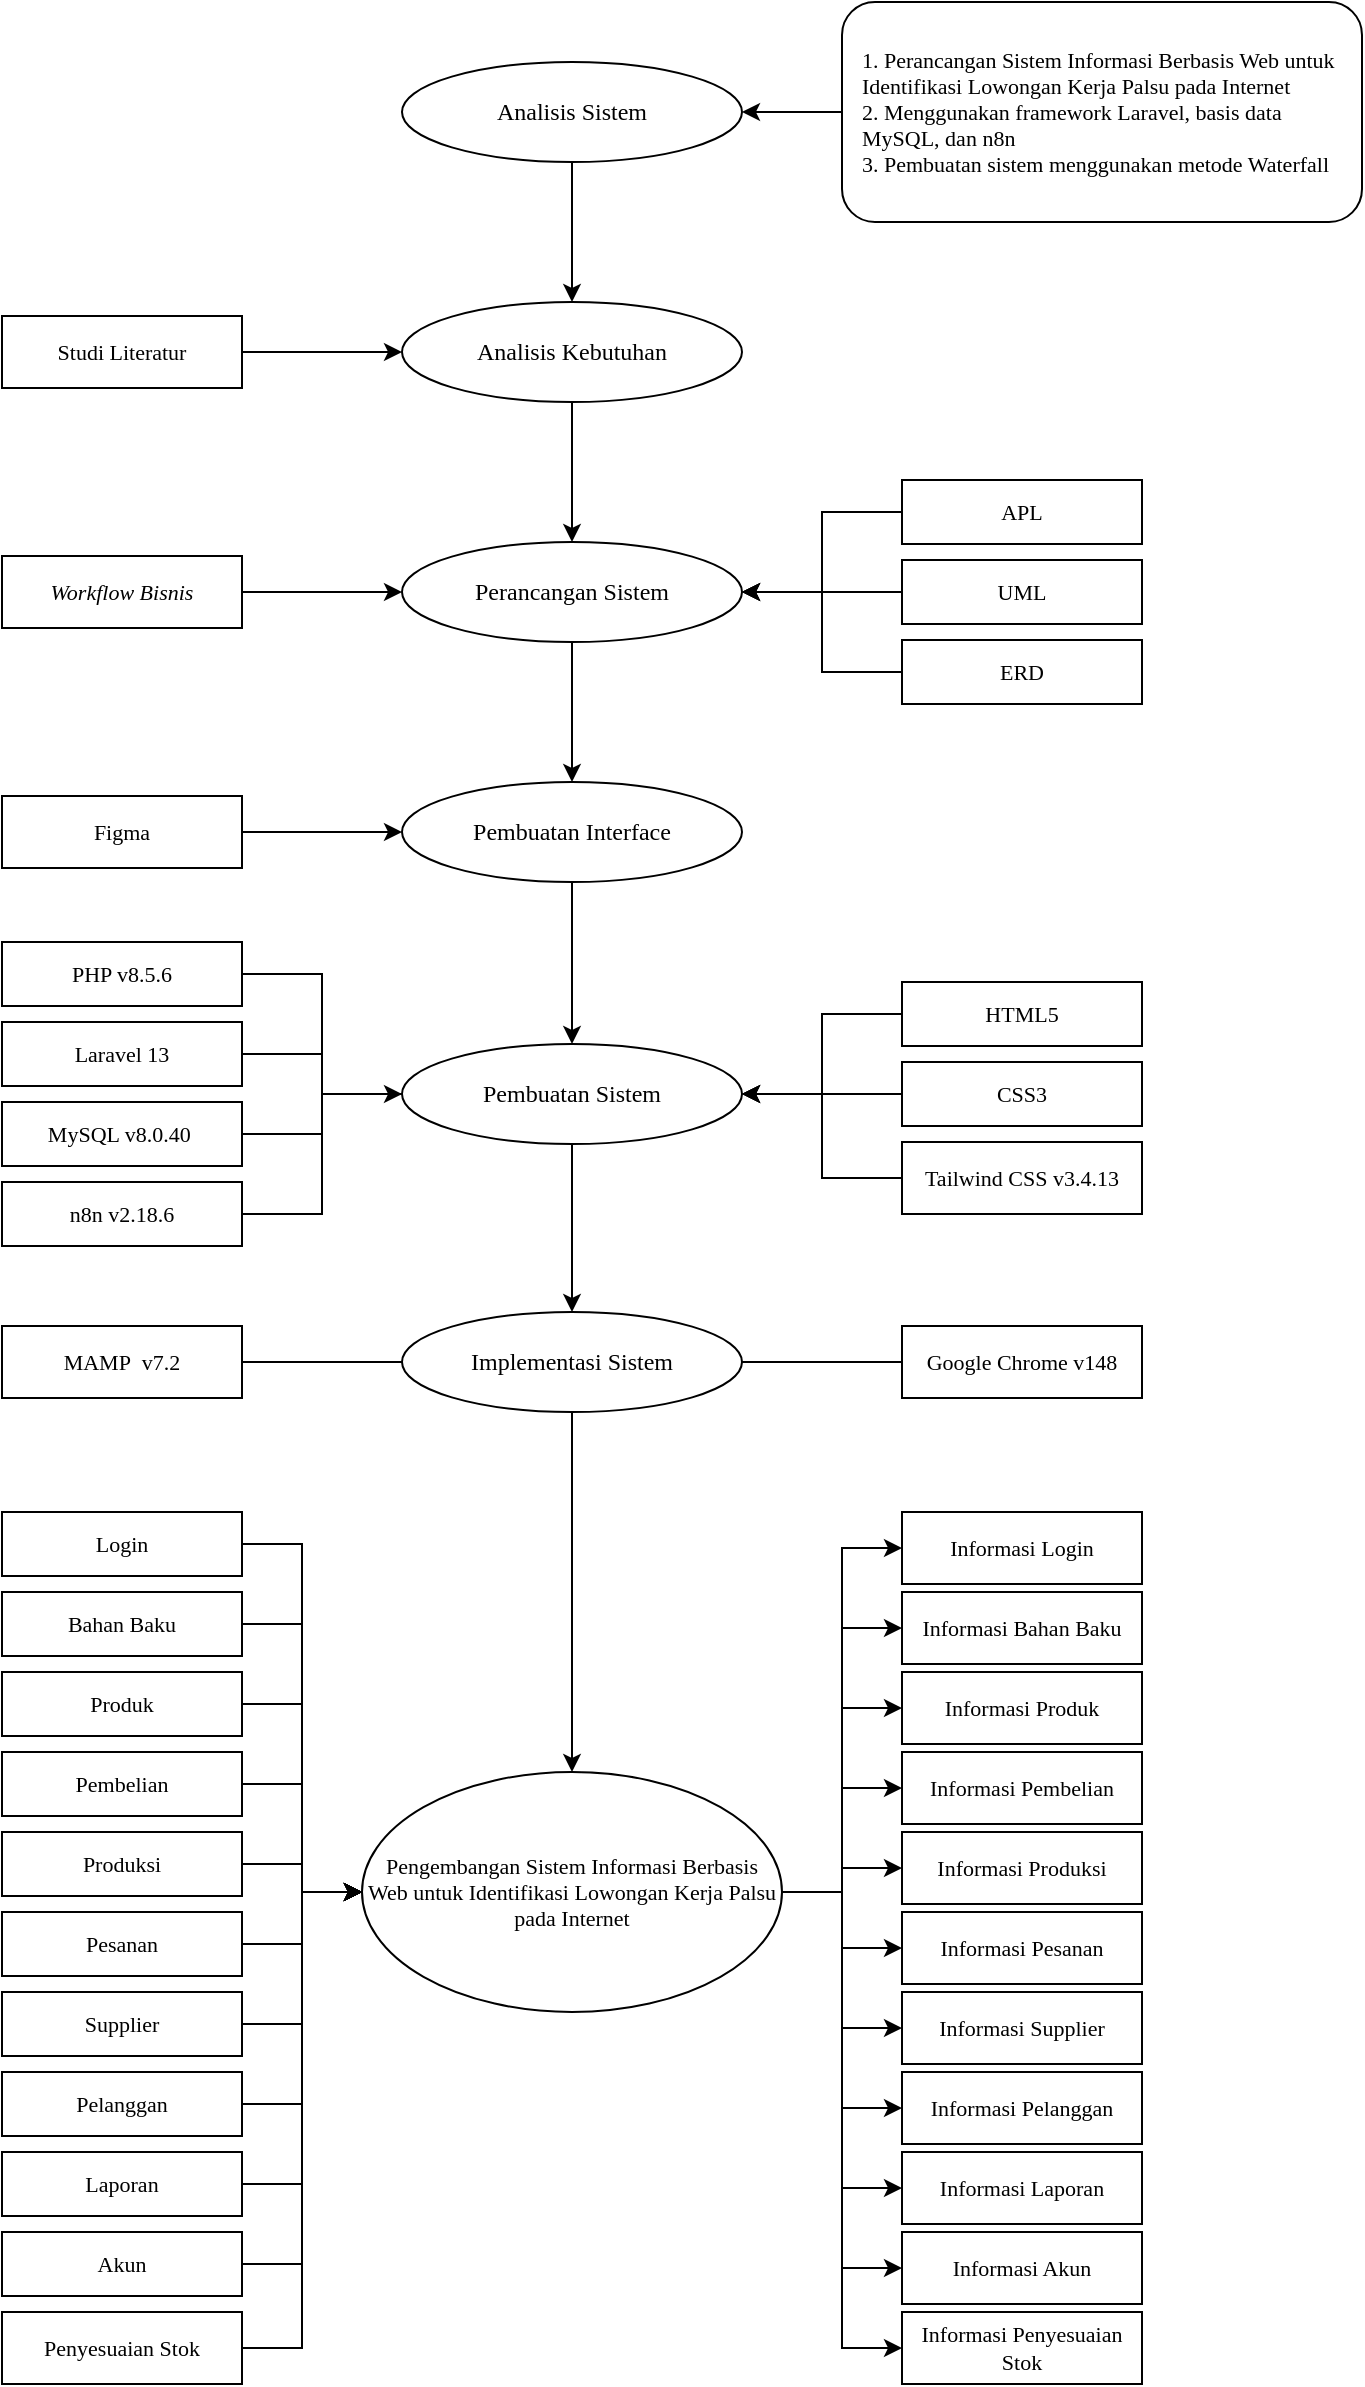
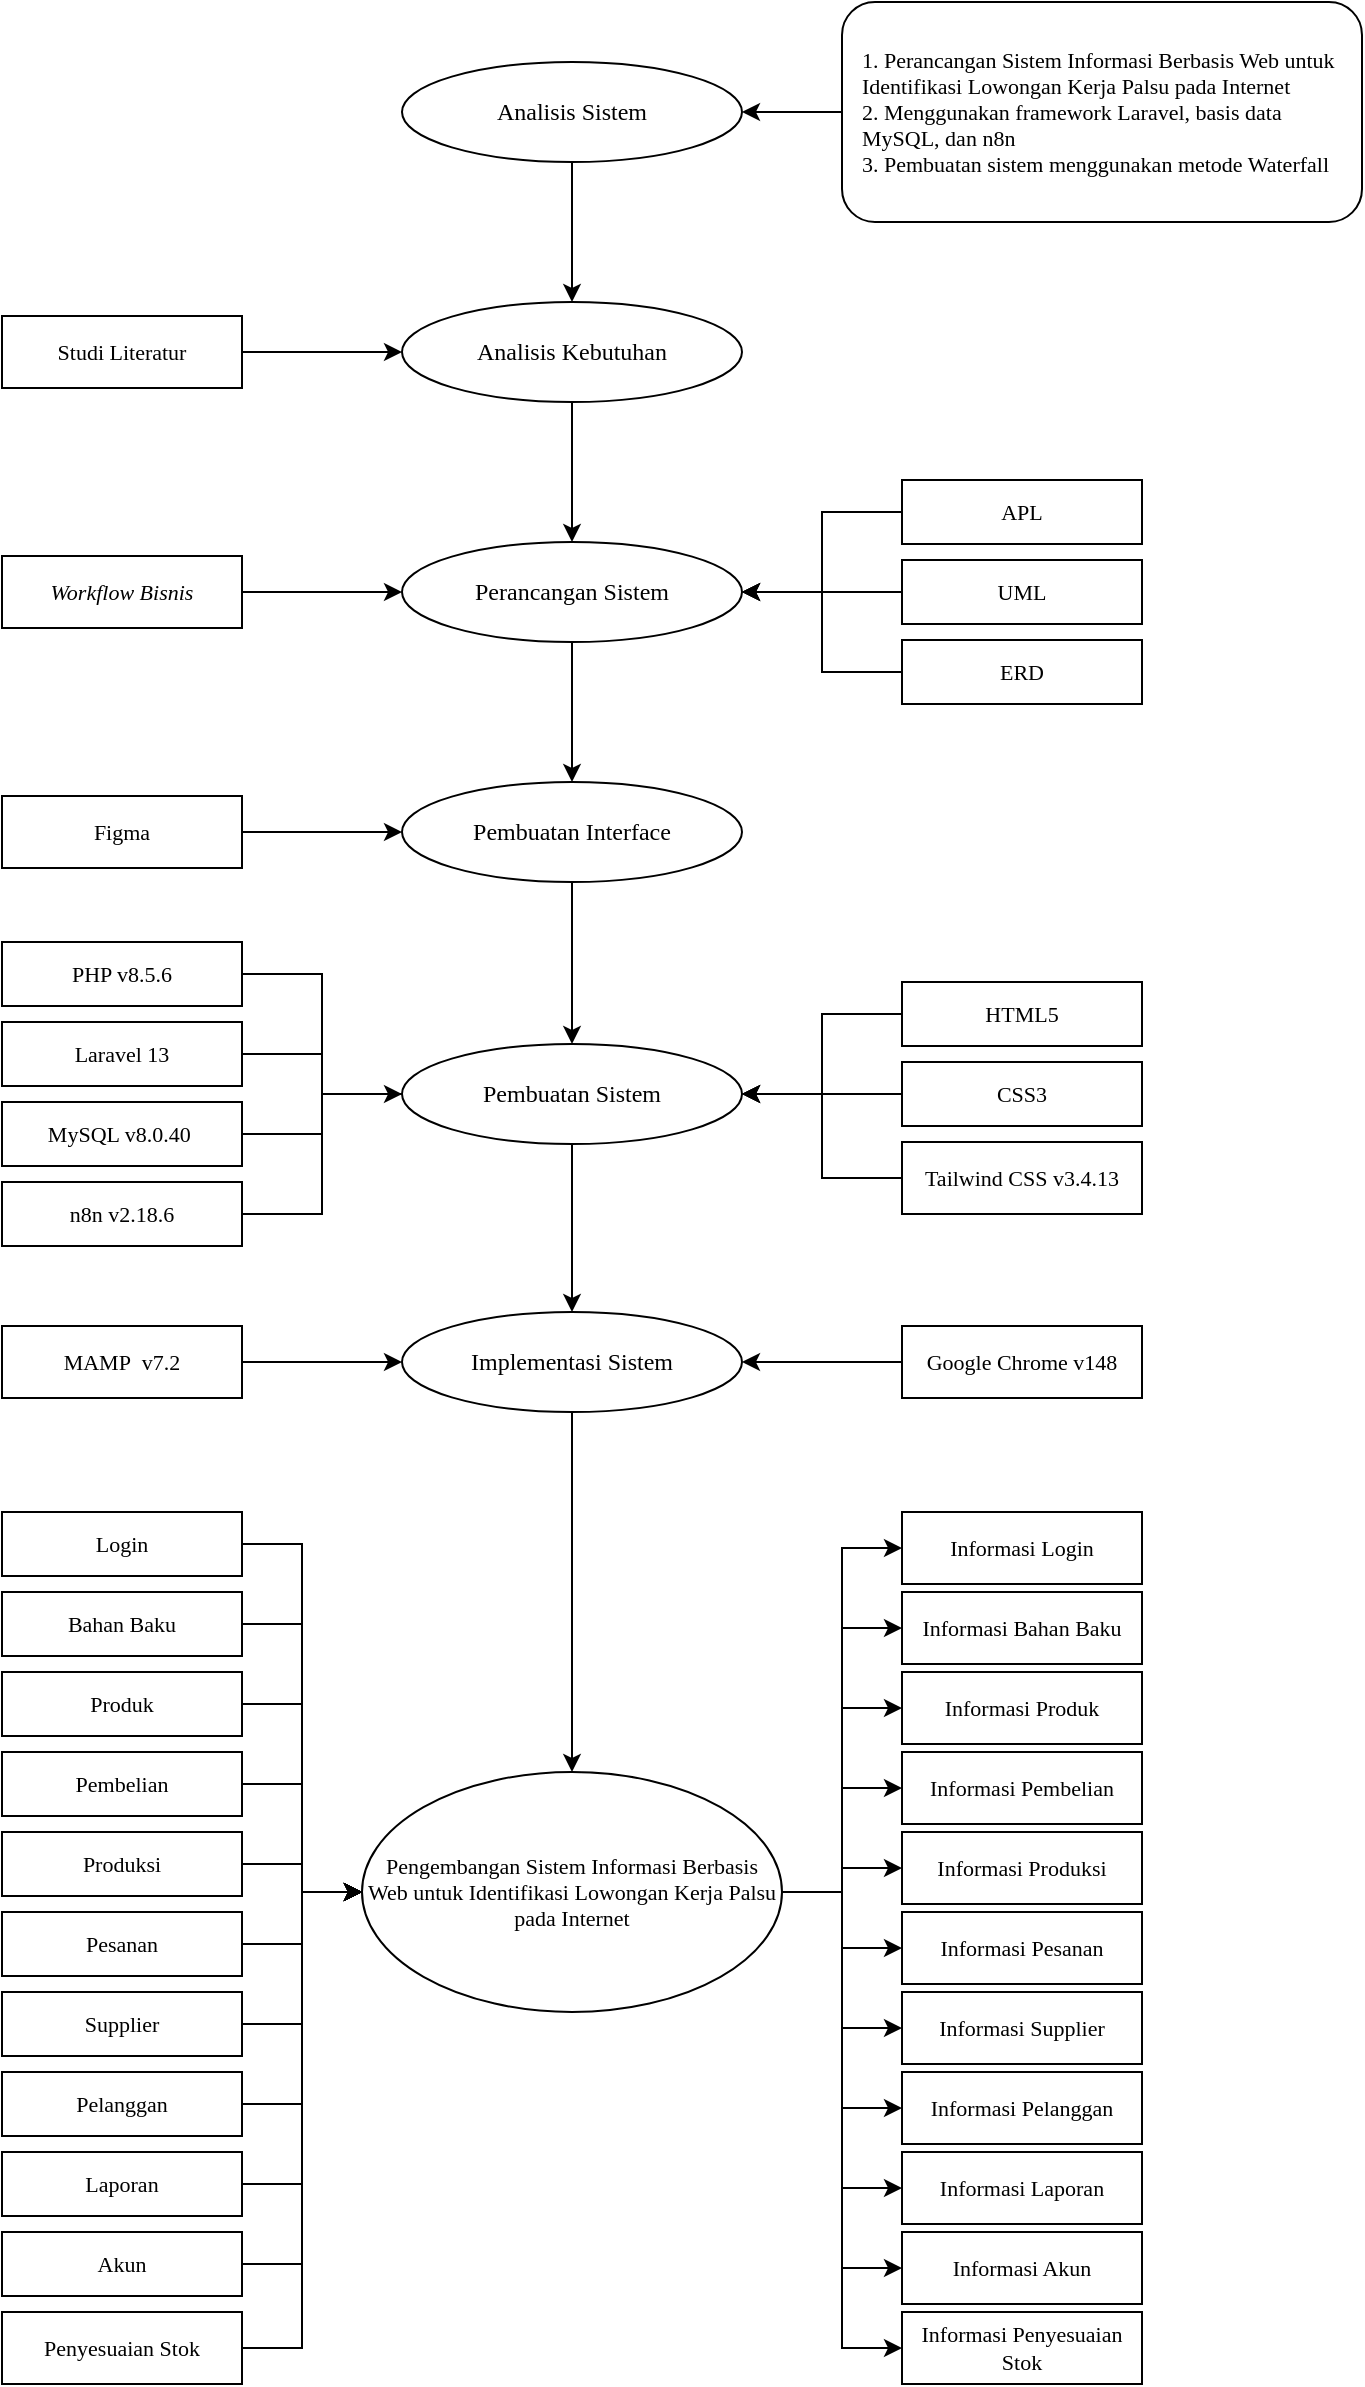
<mxfile host="app.diagrams.net">
  <diagram name="Page-1" id="yfmV3Sks-nrF4BvnnPUG">
    <mxGraphModel dx="876" dy="478" grid="1" gridSize="10" guides="1" tooltips="1" connect="1" arrows="1" fold="1" page="1" pageScale="1" pageWidth="827" pageHeight="1169" math="0" shadow="0">
      <root>
        <mxCell id="0" />
        <mxCell id="1" parent="0" />
        <mxCell id="fTyH0j3n_jQUCsVNDcWE-1" parent="1" style="ellipse;whiteSpace=wrap;html=1;fillColor=#ffffff;strokeColor=#000000;fontFamily=Times New Roman;fontSize=12;" value="Analisis Sistem" vertex="1">
          <mxGeometry height="50" width="170" x="580" y="110" as="geometry" />
        </mxCell>
        <mxCell id="fTyH0j3n_jQUCsVNDcWE-2" parent="1" style="ellipse;whiteSpace=wrap;html=1;fillColor=#ffffff;strokeColor=#000000;fontFamily=Times New Roman;fontSize=12;" value="Analisis Kebutuhan" vertex="1">
          <mxGeometry height="50" width="170" x="580" y="230" as="geometry" />
        </mxCell>
        <mxCell id="fTyH0j3n_jQUCsVNDcWE-3" parent="1" style="ellipse;whiteSpace=wrap;html=1;fillColor=#ffffff;strokeColor=#000000;fontFamily=Times New Roman;fontSize=12;" value="Perancangan Sistem" vertex="1">
          <mxGeometry height="50" width="170" x="580" y="350" as="geometry" />
        </mxCell>
        <mxCell id="fTyH0j3n_jQUCsVNDcWE-4" parent="1" style="ellipse;whiteSpace=wrap;html=1;fillColor=#ffffff;strokeColor=#000000;fontFamily=Times New Roman;fontSize=12;" value="Pembuatan Interface" vertex="1">
          <mxGeometry height="50" width="170" x="580" y="470" as="geometry" />
        </mxCell>
        <mxCell id="fTyH0j3n_jQUCsVNDcWE-5" parent="1" style="ellipse;whiteSpace=wrap;html=1;fillColor=#ffffff;strokeColor=#000000;fontFamily=Times New Roman;fontSize=12;" value="Pembuatan Sistem" vertex="1">
          <mxGeometry height="50" width="170" x="580" y="601" as="geometry" />
        </mxCell>
        <mxCell id="fTyH0j3n_jQUCsVNDcWE-6" parent="1" style="ellipse;whiteSpace=wrap;html=1;fillColor=#ffffff;strokeColor=#000000;fontFamily=Times New Roman;fontSize=12;" value="Implementasi Sistem" vertex="1">
          <mxGeometry height="50" width="170" x="580" y="735" as="geometry" />
        </mxCell>
        <mxCell id="fTyH0j3n_jQUCsVNDcWE-7" parent="1" style="ellipse;whiteSpace=wrap;html=1;fillColor=#ffffff;strokeColor=#000000;fontFamily=Times New Roman;fontSize=11;" value="Pengembangan Sistem Informasi Berbasis Web untuk Identifikasi Lowongan Kerja Palsu pada Internet" vertex="1">
          <mxGeometry height="120" width="210" x="560" y="965" as="geometry" />
        </mxCell>
        <mxCell id="fTyH0j3n_jQUCsVNDcWE-8" edge="1" parent="1" source="fTyH0j3n_jQUCsVNDcWE-1" style="endArrow=classic;html=1;rounded=0;exitX=0.5;exitY=1;entryX=0.5;entryY=0;" target="fTyH0j3n_jQUCsVNDcWE-2">
          <mxGeometry relative="1" as="geometry" />
        </mxCell>
        <mxCell id="fTyH0j3n_jQUCsVNDcWE-9" edge="1" parent="1" source="fTyH0j3n_jQUCsVNDcWE-2" style="endArrow=classic;html=1;rounded=0;exitX=0.5;exitY=1;entryX=0.5;entryY=0;" target="fTyH0j3n_jQUCsVNDcWE-3">
          <mxGeometry relative="1" as="geometry" />
        </mxCell>
        <mxCell id="fTyH0j3n_jQUCsVNDcWE-10" edge="1" parent="1" source="fTyH0j3n_jQUCsVNDcWE-3" style="endArrow=classic;html=1;rounded=0;exitX=0.5;exitY=1;entryX=0.5;entryY=0;" target="fTyH0j3n_jQUCsVNDcWE-4">
          <mxGeometry relative="1" as="geometry" />
        </mxCell>
        <mxCell id="fTyH0j3n_jQUCsVNDcWE-11" edge="1" parent="1" source="fTyH0j3n_jQUCsVNDcWE-4" style="endArrow=classic;html=1;rounded=0;exitX=0.5;exitY=1;entryX=0.5;entryY=0;" target="fTyH0j3n_jQUCsVNDcWE-5">
          <mxGeometry relative="1" as="geometry" />
        </mxCell>
        <mxCell id="fTyH0j3n_jQUCsVNDcWE-12" edge="1" parent="1" source="fTyH0j3n_jQUCsVNDcWE-5" style="endArrow=classic;html=1;rounded=0;exitX=0.5;exitY=1;entryX=0.5;entryY=0;" target="fTyH0j3n_jQUCsVNDcWE-6">
          <mxGeometry relative="1" as="geometry" />
        </mxCell>
        <mxCell id="fTyH0j3n_jQUCsVNDcWE-13" edge="1" parent="1" source="fTyH0j3n_jQUCsVNDcWE-6" style="endArrow=classic;html=1;rounded=0;exitX=0.5;exitY=1;entryX=0.5;entryY=0;" target="fTyH0j3n_jQUCsVNDcWE-7">
          <mxGeometry relative="1" as="geometry" />
        </mxCell>
        <mxCell id="fTyH0j3n_jQUCsVNDcWE-14" parent="1" style="rounded=1;whiteSpace=wrap;html=1;fillColor=#ffffff;strokeColor=#000000;fontFamily=Times New Roman;fontSize=11;align=left;verticalAlign=middle;spacingLeft=8;spacingRight=8;" value="1. Perancangan Sistem Informasi Berbasis Web untuk Identifikasi Lowongan Kerja Palsu pada Internet&lt;br&gt;2. Menggunakan framework Laravel, basis data MySQL, dan n8n&lt;br&gt;3. Pembuatan sistem menggunakan metode Waterfall" vertex="1">
          <mxGeometry height="110" width="260" x="800" y="80" as="geometry" />
        </mxCell>
        <mxCell id="fTyH0j3n_jQUCsVNDcWE-15" edge="1" parent="1" source="fTyH0j3n_jQUCsVNDcWE-1" style="endArrow=none;html=1;rounded=0;exitX=1;exitY=0.5;entryX=0;entryY=0.5;startArrow=classic;startFill=1;" target="fTyH0j3n_jQUCsVNDcWE-14">
          <mxGeometry relative="1" as="geometry" />
        </mxCell>
        <mxCell id="fTyH0j3n_jQUCsVNDcWE-16" parent="1" style="rounded=0;whiteSpace=wrap;html=1;fillColor=#ffffff;strokeColor=#000000;fontFamily=Times New Roman;fontSize=11;" value="Studi Literatur" vertex="1">
          <mxGeometry height="36" width="120" x="380" y="237" as="geometry" />
        </mxCell>
        <mxCell id="fTyH0j3n_jQUCsVNDcWE-19" edge="1" parent="1" source="fTyH0j3n_jQUCsVNDcWE-16" style="endArrow=classic;html=1;exitX=1;exitY=0.5;entryX=0;entryY=0.5;endFill=1;" target="fTyH0j3n_jQUCsVNDcWE-2">
          <mxGeometry relative="1" as="geometry" />
        </mxCell>
        <mxCell id="fTyH0j3n_jQUCsVNDcWE-22" parent="1" style="rounded=0;whiteSpace=wrap;html=1;fillColor=#ffffff;strokeColor=#000000;fontFamily=Times New Roman;fontSize=11;fontStyle=2" value="Workflow Bisnis" vertex="1">
          <mxGeometry height="36" width="120" x="380" y="357" as="geometry" />
        </mxCell>
        <mxCell id="fTyH0j3n_jQUCsVNDcWE-23" parent="1" style="rounded=0;whiteSpace=wrap;html=1;fillColor=#ffffff;strokeColor=#000000;fontFamily=Times New Roman;fontSize=11;" value="APL" vertex="1">
          <mxGeometry height="32" width="120" x="830" y="319" as="geometry" />
        </mxCell>
        <mxCell id="fTyH0j3n_jQUCsVNDcWE-24" parent="1" style="rounded=0;whiteSpace=wrap;html=1;fillColor=#ffffff;strokeColor=#000000;fontFamily=Times New Roman;fontSize=11;" value="UML" vertex="1">
          <mxGeometry height="32" width="120" x="830" y="359" as="geometry" />
        </mxCell>
        <mxCell id="fTyH0j3n_jQUCsVNDcWE-25" parent="1" style="rounded=0;whiteSpace=wrap;html=1;fillColor=#ffffff;strokeColor=#000000;fontFamily=Times New Roman;fontSize=11;" value="ERD" vertex="1">
          <mxGeometry height="32" width="120" x="830" y="399" as="geometry" />
        </mxCell>
        <mxCell id="fTyH0j3n_jQUCsVNDcWE-26" edge="1" parent="1" source="fTyH0j3n_jQUCsVNDcWE-22" style="endArrow=classic;html=1;exitX=1;exitY=0.5;entryX=0;entryY=0.5;endFill=1;" target="fTyH0j3n_jQUCsVNDcWE-3">
          <mxGeometry relative="1" as="geometry" />
        </mxCell>
        <mxCell id="fTyH0j3n_jQUCsVNDcWE-27" edge="1" parent="1" source="fTyH0j3n_jQUCsVNDcWE-3" style="endArrow=none;html=1;exitX=1;exitY=0.5;entryX=0;entryY=0.5;startArrow=classic;startFill=1;edgeStyle=orthogonalEdgeStyle;rounded=0;curved=0;" target="fTyH0j3n_jQUCsVNDcWE-23">
          <mxGeometry relative="1" as="geometry" />
        </mxCell>
        <mxCell id="fTyH0j3n_jQUCsVNDcWE-28" edge="1" parent="1" source="fTyH0j3n_jQUCsVNDcWE-3" style="endArrow=none;html=1;exitX=1;exitY=0.5;entryX=0;entryY=0.5;startArrow=classic;startFill=1;edgeStyle=orthogonalEdgeStyle;rounded=0;curved=0;" target="fTyH0j3n_jQUCsVNDcWE-24">
          <mxGeometry relative="1" as="geometry" />
        </mxCell>
        <mxCell id="fTyH0j3n_jQUCsVNDcWE-29" edge="1" parent="1" source="fTyH0j3n_jQUCsVNDcWE-3" style="endArrow=none;html=1;exitX=1;exitY=0.5;entryX=0;entryY=0.5;startArrow=classic;startFill=1;edgeStyle=orthogonalEdgeStyle;rounded=0;curved=0;" target="fTyH0j3n_jQUCsVNDcWE-25">
          <mxGeometry relative="1" as="geometry" />
        </mxCell>
        <mxCell id="fTyH0j3n_jQUCsVNDcWE-30" parent="1" style="rounded=0;whiteSpace=wrap;html=1;fillColor=#ffffff;strokeColor=#000000;fontFamily=Times New Roman;fontSize=11;" value="Figma" vertex="1">
          <mxGeometry height="36" width="120" x="380" y="477" as="geometry" />
        </mxCell>
        <mxCell id="fTyH0j3n_jQUCsVNDcWE-31" edge="1" parent="1" source="fTyH0j3n_jQUCsVNDcWE-30" style="endArrow=classic;html=1;exitX=1;exitY=0.5;entryX=0;entryY=0.5;endFill=1;" target="fTyH0j3n_jQUCsVNDcWE-4">
          <mxGeometry relative="1" as="geometry" />
        </mxCell>
        <mxCell id="fTyH0j3n_jQUCsVNDcWE-32" parent="1" style="rounded=0;whiteSpace=wrap;html=1;fillColor=#ffffff;strokeColor=#000000;fontFamily=Times New Roman;fontSize=11;" value="PHP v8.5.6" vertex="1">
          <mxGeometry height="32" width="120" x="380" y="550" as="geometry" />
        </mxCell>
        <mxCell id="fTyH0j3n_jQUCsVNDcWE-33" parent="1" style="rounded=0;whiteSpace=wrap;html=1;fillColor=#ffffff;strokeColor=#000000;fontFamily=Times New Roman;fontSize=11;" value="Laravel 13" vertex="1">
          <mxGeometry height="32" width="120" x="380" y="590" as="geometry" />
        </mxCell>
        <mxCell id="fTyH0j3n_jQUCsVNDcWE-34" parent="1" style="rounded=0;whiteSpace=wrap;html=1;fillColor=#ffffff;strokeColor=#000000;fontFamily=Times New Roman;fontSize=11;" value="MySQL v8.0.40&amp;nbsp;" vertex="1">
          <mxGeometry height="32" width="120" x="380" y="630" as="geometry" />
        </mxCell>
        <mxCell id="fTyH0j3n_jQUCsVNDcWE-35" parent="1" style="rounded=0;whiteSpace=wrap;html=1;fillColor=#ffffff;strokeColor=#000000;fontFamily=Times New Roman;fontSize=11;" value="HTML5" vertex="1">
          <mxGeometry height="32" width="120" x="830" y="570" as="geometry" />
        </mxCell>
        <mxCell id="fTyH0j3n_jQUCsVNDcWE-36" parent="1" style="rounded=0;whiteSpace=wrap;html=1;fillColor=#ffffff;strokeColor=#000000;fontFamily=Times New Roman;fontSize=11;" value="CSS3" vertex="1">
          <mxGeometry height="32" width="120" x="830" y="610" as="geometry" />
        </mxCell>
        <mxCell id="fTyH0j3n_jQUCsVNDcWE-37" parent="1" style="rounded=0;whiteSpace=wrap;html=1;fillColor=#ffffff;strokeColor=#000000;fontFamily=Times New Roman;fontSize=11;" value="Tailwind CSS v3.4.13" vertex="1">
          <mxGeometry height="36" width="120" x="830" y="650" as="geometry" />
        </mxCell>
        <mxCell id="fTyH0j3n_jQUCsVNDcWE-38" edge="1" parent="1" source="fTyH0j3n_jQUCsVNDcWE-32" style="endArrow=none;html=1;exitX=1;exitY=0.5;entryX=0;entryY=0.5;edgeStyle=orthogonalEdgeStyle;rounded=0;curved=0;" target="fTyH0j3n_jQUCsVNDcWE-5">
          <mxGeometry relative="1" as="geometry" />
        </mxCell>
        <mxCell id="fTyH0j3n_jQUCsVNDcWE-39" edge="1" parent="1" source="fTyH0j3n_jQUCsVNDcWE-33" style="endArrow=none;html=1;exitX=1;exitY=0.5;entryX=0;entryY=0.5;edgeStyle=orthogonalEdgeStyle;rounded=0;curved=0;" target="fTyH0j3n_jQUCsVNDcWE-5">
          <mxGeometry relative="1" as="geometry" />
        </mxCell>
        <mxCell id="fTyH0j3n_jQUCsVNDcWE-40" edge="1" parent="1" source="fTyH0j3n_jQUCsVNDcWE-34" style="endArrow=none;html=1;exitX=1;exitY=0.5;entryX=0;entryY=0.5;edgeStyle=orthogonalEdgeStyle;rounded=0;curved=0;" target="fTyH0j3n_jQUCsVNDcWE-5">
          <mxGeometry relative="1" as="geometry" />
        </mxCell>
        <mxCell id="fTyH0j3n_jQUCsVNDcWE-41" edge="1" parent="1" source="fTyH0j3n_jQUCsVNDcWE-5" style="endArrow=none;html=1;exitX=1;exitY=0.5;entryX=0;entryY=0.5;edgeStyle=orthogonalEdgeStyle;rounded=0;curved=0;startArrow=classic;startFill=1;" target="fTyH0j3n_jQUCsVNDcWE-35">
          <mxGeometry relative="1" as="geometry" />
        </mxCell>
        <mxCell id="fTyH0j3n_jQUCsVNDcWE-42" edge="1" parent="1" source="fTyH0j3n_jQUCsVNDcWE-5" style="endArrow=none;html=1;exitX=1;exitY=0.5;entryX=0;entryY=0.5;edgeStyle=orthogonalEdgeStyle;rounded=0;curved=0;startArrow=classic;startFill=1;" target="fTyH0j3n_jQUCsVNDcWE-36">
          <mxGeometry relative="1" as="geometry" />
        </mxCell>
        <mxCell id="fTyH0j3n_jQUCsVNDcWE-43" edge="1" parent="1" source="fTyH0j3n_jQUCsVNDcWE-5" style="endArrow=none;html=1;exitX=1;exitY=0.5;entryX=0;entryY=0.5;edgeStyle=orthogonalEdgeStyle;rounded=0;curved=0;startArrow=classic;startFill=1;" target="fTyH0j3n_jQUCsVNDcWE-37">
          <mxGeometry relative="1" as="geometry" />
        </mxCell>
        <mxCell id="fTyH0j3n_jQUCsVNDcWE-44" parent="1" style="rounded=0;whiteSpace=wrap;html=1;fillColor=#ffffff;strokeColor=#000000;fontFamily=Times New Roman;fontSize=11;" value="MAMP&amp;nbsp; v7.2" vertex="1">
          <mxGeometry height="36" width="120" x="380" y="742" as="geometry" />
        </mxCell>
        <mxCell id="fTyH0j3n_jQUCsVNDcWE-45" parent="1" style="rounded=0;whiteSpace=wrap;html=1;fillColor=#ffffff;strokeColor=#000000;fontFamily=Times New Roman;fontSize=11;" value="Google Chrome v148" vertex="1">
          <mxGeometry height="36" width="120" x="830" y="742" as="geometry" />
        </mxCell>
-         <mxCell id="fTyH0j3n_jQUCsVNDcWE-46" edge="1" parent="1" source="fTyH0j3n_jQUCsVNDcWE-44" style="endArrow=none;html=1;exitX=1;exitY=0.5;entryX=0;entryY=0.5;" target="fTyH0j3n_jQUCsVNDcWE-6">
-           <mxGeometry relative="1" as="geometry" />
-         </mxCell>
-         <mxCell id="fTyH0j3n_jQUCsVNDcWE-47" edge="1" parent="1" source="fTyH0j3n_jQUCsVNDcWE-6" style="endArrow=none;html=1;exitX=1;exitY=0.5;entryX=0;entryY=0.5;" target="fTyH0j3n_jQUCsVNDcWE-45">
+         <mxCell id="fTyH0j3n_jQUCsVNDcWE-46" edge="1" parent="1" source="fTyH0j3n_jQUCsVNDcWE-44" style="endArrow=classic;html=1;exitX=1;exitY=0.5;entryX=0;entryY=0.5;endFill=1;" target="fTyH0j3n_jQUCsVNDcWE-6">
+           <mxGeometry relative="1" as="geometry" />
+         </mxCell>
+         <mxCell id="fTyH0j3n_jQUCsVNDcWE-47" edge="1" parent="1" source="fTyH0j3n_jQUCsVNDcWE-6" style="endArrow=none;html=1;exitX=1;exitY=0.5;entryX=0;entryY=0.5;startArrow=classic;startFill=1;" target="fTyH0j3n_jQUCsVNDcWE-45">
          <mxGeometry relative="1" as="geometry" />
        </mxCell>
        <mxCell id="fTyH0j3n_jQUCsVNDcWE-48" parent="1" style="rounded=0;whiteSpace=wrap;html=1;fillColor=#ffffff;strokeColor=#000000;fontFamily=Times New Roman;fontSize=11;" value="Login" vertex="1">
          <mxGeometry height="32" width="120" x="380" y="835" as="geometry" />
        </mxCell>
        <mxCell id="fTyH0j3n_jQUCsVNDcWE-49" parent="1" style="rounded=0;whiteSpace=wrap;html=1;fillColor=#ffffff;strokeColor=#000000;fontFamily=Times New Roman;fontSize=11;" value="Bahan Baku" vertex="1">
          <mxGeometry height="32" width="120" x="380" y="875" as="geometry" />
        </mxCell>
        <mxCell id="fTyH0j3n_jQUCsVNDcWE-50" parent="1" style="rounded=0;whiteSpace=wrap;html=1;fillColor=#ffffff;strokeColor=#000000;fontFamily=Times New Roman;fontSize=11;" value="Produk" vertex="1">
          <mxGeometry height="32" width="120" x="380" y="915" as="geometry" />
        </mxCell>
        <mxCell id="fTyH0j3n_jQUCsVNDcWE-51" parent="1" style="rounded=0;whiteSpace=wrap;html=1;fillColor=#ffffff;strokeColor=#000000;fontFamily=Times New Roman;fontSize=11;" value="Pembelian" vertex="1">
          <mxGeometry height="32" width="120" x="380" y="955" as="geometry" />
        </mxCell>
        <mxCell id="fTyH0j3n_jQUCsVNDcWE-52" parent="1" style="rounded=0;whiteSpace=wrap;html=1;fillColor=#ffffff;strokeColor=#000000;fontFamily=Times New Roman;fontSize=11;" value="Produksi" vertex="1">
          <mxGeometry height="32" width="120" x="380" y="995" as="geometry" />
        </mxCell>
        <mxCell id="fTyH0j3n_jQUCsVNDcWE-53" parent="1" style="rounded=0;whiteSpace=wrap;html=1;fillColor=#ffffff;strokeColor=#000000;fontFamily=Times New Roman;fontSize=11;" value="Pesanan" vertex="1">
          <mxGeometry height="32" width="120" x="380" y="1035" as="geometry" />
        </mxCell>
        <mxCell id="fTyH0j3n_jQUCsVNDcWE-54" parent="1" style="rounded=0;whiteSpace=wrap;html=1;fillColor=#ffffff;strokeColor=#000000;fontFamily=Times New Roman;fontSize=11;" value="Supplier" vertex="1">
          <mxGeometry height="32" width="120" x="380" y="1075" as="geometry" />
        </mxCell>
        <mxCell id="fTyH0j3n_jQUCsVNDcWE-55" parent="1" style="rounded=0;whiteSpace=wrap;html=1;fillColor=#ffffff;strokeColor=#000000;fontFamily=Times New Roman;fontSize=11;" value="Pelanggan" vertex="1">
          <mxGeometry height="32" width="120" x="380" y="1115" as="geometry" />
        </mxCell>
        <mxCell id="fTyH0j3n_jQUCsVNDcWE-56" parent="1" style="rounded=0;whiteSpace=wrap;html=1;fillColor=#ffffff;strokeColor=#000000;fontFamily=Times New Roman;fontSize=11;" value="Laporan" vertex="1">
          <mxGeometry height="32" width="120" x="380" y="1155" as="geometry" />
        </mxCell>
        <mxCell id="fTyH0j3n_jQUCsVNDcWE-57" parent="1" style="rounded=0;whiteSpace=wrap;html=1;fillColor=#ffffff;strokeColor=#000000;fontFamily=Times New Roman;fontSize=11;" value="Akun" vertex="1">
          <mxGeometry height="32" width="120" x="380" y="1195" as="geometry" />
        </mxCell>
        <mxCell id="fTyH0j3n_jQUCsVNDcWE-58" parent="1" style="rounded=0;whiteSpace=wrap;html=1;fillColor=#ffffff;strokeColor=#000000;fontFamily=Times New Roman;fontSize=11;" value="Penyesuaian Stok" vertex="1">
          <mxGeometry height="36" width="120" x="380" y="1235" as="geometry" />
        </mxCell>
        <mxCell id="fTyH0j3n_jQUCsVNDcWE-59" edge="1" parent="1" source="fTyH0j3n_jQUCsVNDcWE-48" style="endArrow=classic;html=1;exitX=1;exitY=0.5;entryX=0;entryY=0.5;edgeStyle=orthogonalEdgeStyle;rounded=0;curved=0;endFill=1;" target="fTyH0j3n_jQUCsVNDcWE-7">
          <mxGeometry relative="1" as="geometry" />
        </mxCell>
        <mxCell id="fTyH0j3n_jQUCsVNDcWE-60" edge="1" parent="1" source="fTyH0j3n_jQUCsVNDcWE-49" style="endArrow=classic;html=1;exitX=1;exitY=0.5;entryX=0;entryY=0.5;edgeStyle=orthogonalEdgeStyle;rounded=0;curved=0;endFill=1;" target="fTyH0j3n_jQUCsVNDcWE-7">
          <mxGeometry relative="1" as="geometry" />
        </mxCell>
        <mxCell id="fTyH0j3n_jQUCsVNDcWE-61" edge="1" parent="1" source="fTyH0j3n_jQUCsVNDcWE-50" style="endArrow=classic;html=1;exitX=1;exitY=0.5;entryX=0;entryY=0.5;edgeStyle=orthogonalEdgeStyle;rounded=0;curved=0;endFill=1;" target="fTyH0j3n_jQUCsVNDcWE-7">
          <mxGeometry relative="1" as="geometry" />
        </mxCell>
        <mxCell id="fTyH0j3n_jQUCsVNDcWE-62" edge="1" parent="1" source="fTyH0j3n_jQUCsVNDcWE-51" style="endArrow=none;html=1;exitX=1;exitY=0.5;entryX=0;entryY=0.5;edgeStyle=orthogonalEdgeStyle;rounded=0;curved=0;" target="fTyH0j3n_jQUCsVNDcWE-7">
          <mxGeometry relative="1" as="geometry" />
        </mxCell>
        <mxCell id="fTyH0j3n_jQUCsVNDcWE-63" edge="1" parent="1" source="fTyH0j3n_jQUCsVNDcWE-52" style="endArrow=classic;html=1;exitX=1;exitY=0.5;entryX=0;entryY=0.5;edgeStyle=orthogonalEdgeStyle;rounded=0;curved=0;endFill=1;" target="fTyH0j3n_jQUCsVNDcWE-7">
          <mxGeometry relative="1" as="geometry" />
        </mxCell>
        <mxCell id="fTyH0j3n_jQUCsVNDcWE-64" edge="1" parent="1" source="fTyH0j3n_jQUCsVNDcWE-53" style="endArrow=classic;html=1;exitX=1;exitY=0.5;entryX=0;entryY=0.5;edgeStyle=orthogonalEdgeStyle;rounded=0;curved=0;endFill=1;" target="fTyH0j3n_jQUCsVNDcWE-7">
          <mxGeometry relative="1" as="geometry" />
        </mxCell>
        <mxCell id="fTyH0j3n_jQUCsVNDcWE-65" edge="1" parent="1" source="fTyH0j3n_jQUCsVNDcWE-54" style="endArrow=classic;html=1;exitX=1;exitY=0.5;entryX=0;entryY=0.5;edgeStyle=orthogonalEdgeStyle;rounded=0;curved=0;endFill=1;" target="fTyH0j3n_jQUCsVNDcWE-7">
          <mxGeometry relative="1" as="geometry" />
        </mxCell>
        <mxCell id="fTyH0j3n_jQUCsVNDcWE-66" edge="1" parent="1" source="fTyH0j3n_jQUCsVNDcWE-55" style="endArrow=classic;html=1;exitX=1;exitY=0.5;entryX=0;entryY=0.5;edgeStyle=orthogonalEdgeStyle;rounded=0;curved=0;endFill=1;" target="fTyH0j3n_jQUCsVNDcWE-7">
          <mxGeometry relative="1" as="geometry" />
        </mxCell>
        <mxCell id="fTyH0j3n_jQUCsVNDcWE-67" edge="1" parent="1" source="fTyH0j3n_jQUCsVNDcWE-56" style="endArrow=classic;html=1;exitX=1;exitY=0.5;entryX=0;entryY=0.5;edgeStyle=orthogonalEdgeStyle;rounded=0;curved=0;endFill=1;" target="fTyH0j3n_jQUCsVNDcWE-7">
          <mxGeometry relative="1" as="geometry" />
        </mxCell>
        <mxCell id="fTyH0j3n_jQUCsVNDcWE-68" edge="1" parent="1" source="fTyH0j3n_jQUCsVNDcWE-57" style="endArrow=classic;html=1;exitX=1;exitY=0.5;entryX=0;entryY=0.5;edgeStyle=orthogonalEdgeStyle;rounded=0;curved=0;endFill=1;" target="fTyH0j3n_jQUCsVNDcWE-7">
          <mxGeometry relative="1" as="geometry" />
        </mxCell>
        <mxCell id="fTyH0j3n_jQUCsVNDcWE-69" edge="1" parent="1" source="fTyH0j3n_jQUCsVNDcWE-58" style="endArrow=classic;html=1;exitX=1;exitY=0.5;entryX=0;entryY=0.5;edgeStyle=orthogonalEdgeStyle;rounded=0;curved=0;endFill=1;" target="fTyH0j3n_jQUCsVNDcWE-7">
          <mxGeometry relative="1" as="geometry" />
        </mxCell>
        <mxCell id="fTyH0j3n_jQUCsVNDcWE-70" parent="1" style="rounded=0;whiteSpace=wrap;html=1;fillColor=#ffffff;strokeColor=#000000;fontFamily=Times New Roman;fontSize=11;" value="Informasi Login" vertex="1">
          <mxGeometry height="36" width="120" x="830" y="835" as="geometry" />
        </mxCell>
        <mxCell id="fTyH0j3n_jQUCsVNDcWE-71" parent="1" style="rounded=0;whiteSpace=wrap;html=1;fillColor=#ffffff;strokeColor=#000000;fontFamily=Times New Roman;fontSize=11;" value="Informasi Bahan Baku" vertex="1">
          <mxGeometry height="36" width="120" x="830" y="875" as="geometry" />
        </mxCell>
        <mxCell id="fTyH0j3n_jQUCsVNDcWE-72" parent="1" style="rounded=0;whiteSpace=wrap;html=1;fillColor=#ffffff;strokeColor=#000000;fontFamily=Times New Roman;fontSize=11;" value="Informasi Produk" vertex="1">
          <mxGeometry height="36" width="120" x="830" y="915" as="geometry" />
        </mxCell>
        <mxCell id="fTyH0j3n_jQUCsVNDcWE-73" parent="1" style="rounded=0;whiteSpace=wrap;html=1;fillColor=#ffffff;strokeColor=#000000;fontFamily=Times New Roman;fontSize=11;" value="Informasi Pembelian" vertex="1">
          <mxGeometry height="36" width="120" x="830" y="955" as="geometry" />
        </mxCell>
        <mxCell id="fTyH0j3n_jQUCsVNDcWE-74" parent="1" style="rounded=0;whiteSpace=wrap;html=1;fillColor=#ffffff;strokeColor=#000000;fontFamily=Times New Roman;fontSize=11;" value="Informasi Produksi" vertex="1">
          <mxGeometry height="36" width="120" x="830" y="995" as="geometry" />
        </mxCell>
        <mxCell id="fTyH0j3n_jQUCsVNDcWE-75" parent="1" style="rounded=0;whiteSpace=wrap;html=1;fillColor=#ffffff;strokeColor=#000000;fontFamily=Times New Roman;fontSize=11;" value="Informasi Pesanan" vertex="1">
          <mxGeometry height="36" width="120" x="830" y="1035" as="geometry" />
        </mxCell>
        <mxCell id="fTyH0j3n_jQUCsVNDcWE-76" parent="1" style="rounded=0;whiteSpace=wrap;html=1;fillColor=#ffffff;strokeColor=#000000;fontFamily=Times New Roman;fontSize=11;" value="Informasi Supplier" vertex="1">
          <mxGeometry height="36" width="120" x="830" y="1075" as="geometry" />
        </mxCell>
        <mxCell id="fTyH0j3n_jQUCsVNDcWE-77" parent="1" style="rounded=0;whiteSpace=wrap;html=1;fillColor=#ffffff;strokeColor=#000000;fontFamily=Times New Roman;fontSize=11;" value="Informasi Pelanggan" vertex="1">
          <mxGeometry height="36" width="120" x="830" y="1115" as="geometry" />
        </mxCell>
        <mxCell id="fTyH0j3n_jQUCsVNDcWE-78" parent="1" style="rounded=0;whiteSpace=wrap;html=1;fillColor=#ffffff;strokeColor=#000000;fontFamily=Times New Roman;fontSize=11;" value="Informasi Laporan" vertex="1">
          <mxGeometry height="36" width="120" x="830" y="1155" as="geometry" />
        </mxCell>
        <mxCell id="fTyH0j3n_jQUCsVNDcWE-79" parent="1" style="rounded=0;whiteSpace=wrap;html=1;fillColor=#ffffff;strokeColor=#000000;fontFamily=Times New Roman;fontSize=11;" value="Informasi Akun" vertex="1">
          <mxGeometry height="36" width="120" x="830" y="1195" as="geometry" />
        </mxCell>
        <mxCell id="fTyH0j3n_jQUCsVNDcWE-80" parent="1" style="rounded=0;whiteSpace=wrap;html=1;fillColor=#ffffff;strokeColor=#000000;fontFamily=Times New Roman;fontSize=11;" value="Informasi Penyesuaian Stok" vertex="1">
          <mxGeometry height="36" width="120" x="830" y="1235" as="geometry" />
        </mxCell>
        <mxCell id="fTyH0j3n_jQUCsVNDcWE-81" edge="1" parent="1" source="fTyH0j3n_jQUCsVNDcWE-7" style="endArrow=classic;html=1;exitX=1;exitY=0.5;entryX=0;entryY=0.5;rounded=0;edgeStyle=orthogonalEdgeStyle;endFill=1;" target="fTyH0j3n_jQUCsVNDcWE-70">
          <mxGeometry relative="1" as="geometry" />
        </mxCell>
        <mxCell id="fTyH0j3n_jQUCsVNDcWE-82" edge="1" parent="1" source="fTyH0j3n_jQUCsVNDcWE-7" style="endArrow=classic;html=1;exitX=1;exitY=0.5;entryX=0;entryY=0.5;rounded=0;edgeStyle=orthogonalEdgeStyle;endFill=1;" target="fTyH0j3n_jQUCsVNDcWE-71">
          <mxGeometry relative="1" as="geometry" />
        </mxCell>
        <mxCell id="fTyH0j3n_jQUCsVNDcWE-83" edge="1" parent="1" source="fTyH0j3n_jQUCsVNDcWE-7" style="endArrow=classic;html=1;exitX=1;exitY=0.5;entryX=0;entryY=0.5;rounded=0;edgeStyle=orthogonalEdgeStyle;endFill=1;" target="fTyH0j3n_jQUCsVNDcWE-72">
          <mxGeometry relative="1" as="geometry" />
        </mxCell>
        <mxCell id="fTyH0j3n_jQUCsVNDcWE-84" edge="1" parent="1" source="fTyH0j3n_jQUCsVNDcWE-7" style="endArrow=classic;html=1;exitX=1;exitY=0.5;entryX=0;entryY=0.5;rounded=0;edgeStyle=orthogonalEdgeStyle;endFill=1;" target="fTyH0j3n_jQUCsVNDcWE-73">
          <mxGeometry relative="1" as="geometry" />
        </mxCell>
        <mxCell id="fTyH0j3n_jQUCsVNDcWE-85" edge="1" parent="1" source="fTyH0j3n_jQUCsVNDcWE-7" style="endArrow=classic;html=1;exitX=1;exitY=0.5;entryX=0;entryY=0.5;rounded=0;edgeStyle=orthogonalEdgeStyle;endFill=1;" target="fTyH0j3n_jQUCsVNDcWE-74">
          <mxGeometry relative="1" as="geometry" />
        </mxCell>
        <mxCell id="fTyH0j3n_jQUCsVNDcWE-86" edge="1" parent="1" source="fTyH0j3n_jQUCsVNDcWE-7" style="endArrow=classic;html=1;exitX=1;exitY=0.5;entryX=0;entryY=0.5;rounded=0;edgeStyle=orthogonalEdgeStyle;endFill=1;" target="fTyH0j3n_jQUCsVNDcWE-75">
          <mxGeometry relative="1" as="geometry" />
        </mxCell>
        <mxCell id="fTyH0j3n_jQUCsVNDcWE-87" edge="1" parent="1" source="fTyH0j3n_jQUCsVNDcWE-7" style="endArrow=classic;html=1;exitX=1;exitY=0.5;entryX=0;entryY=0.5;rounded=0;edgeStyle=orthogonalEdgeStyle;endFill=1;" target="fTyH0j3n_jQUCsVNDcWE-76">
          <mxGeometry relative="1" as="geometry" />
        </mxCell>
        <mxCell id="fTyH0j3n_jQUCsVNDcWE-88" edge="1" parent="1" source="fTyH0j3n_jQUCsVNDcWE-7" style="endArrow=classic;html=1;exitX=1;exitY=0.5;entryX=0;entryY=0.5;rounded=0;edgeStyle=orthogonalEdgeStyle;endFill=1;" target="fTyH0j3n_jQUCsVNDcWE-77">
          <mxGeometry relative="1" as="geometry" />
        </mxCell>
        <mxCell id="fTyH0j3n_jQUCsVNDcWE-89" edge="1" parent="1" source="fTyH0j3n_jQUCsVNDcWE-7" style="endArrow=classic;html=1;exitX=1;exitY=0.5;entryX=0;entryY=0.5;rounded=0;edgeStyle=orthogonalEdgeStyle;endFill=1;" target="fTyH0j3n_jQUCsVNDcWE-78">
          <mxGeometry relative="1" as="geometry" />
        </mxCell>
        <mxCell id="fTyH0j3n_jQUCsVNDcWE-90" edge="1" parent="1" source="fTyH0j3n_jQUCsVNDcWE-7" style="endArrow=classic;html=1;exitX=1;exitY=0.5;entryX=0;entryY=0.5;rounded=0;edgeStyle=orthogonalEdgeStyle;endFill=1;" target="fTyH0j3n_jQUCsVNDcWE-79">
          <mxGeometry relative="1" as="geometry" />
        </mxCell>
        <mxCell id="fTyH0j3n_jQUCsVNDcWE-91" edge="1" parent="1" source="fTyH0j3n_jQUCsVNDcWE-7" style="endArrow=classic;html=1;exitX=1;exitY=0.5;entryX=0;entryY=0.5;rounded=0;edgeStyle=orthogonalEdgeStyle;endFill=1;" target="fTyH0j3n_jQUCsVNDcWE-80">
          <mxGeometry relative="1" as="geometry" />
        </mxCell>
        <mxCell id="N9CpWy_333Ilmsceh_oc-2" edge="1" parent="1" source="N9CpWy_333Ilmsceh_oc-1" style="edgeStyle=orthogonalEdgeStyle;rounded=0;orthogonalLoop=1;jettySize=auto;html=1;exitX=1;exitY=0.5;exitDx=0;exitDy=0;entryX=0;entryY=0.5;entryDx=0;entryDy=0;" target="fTyH0j3n_jQUCsVNDcWE-5">
          <mxGeometry relative="1" as="geometry" />
        </mxCell>
        <mxCell id="N9CpWy_333Ilmsceh_oc-1" parent="1" style="rounded=0;whiteSpace=wrap;html=1;fillColor=#ffffff;strokeColor=#000000;fontFamily=Times New Roman;fontSize=11;" value="n8n v2.18.6" vertex="1">
          <mxGeometry height="32" width="120" x="380" y="670" as="geometry" />
        </mxCell>
      </root>
    </mxGraphModel>
  </diagram>
</mxfile>
